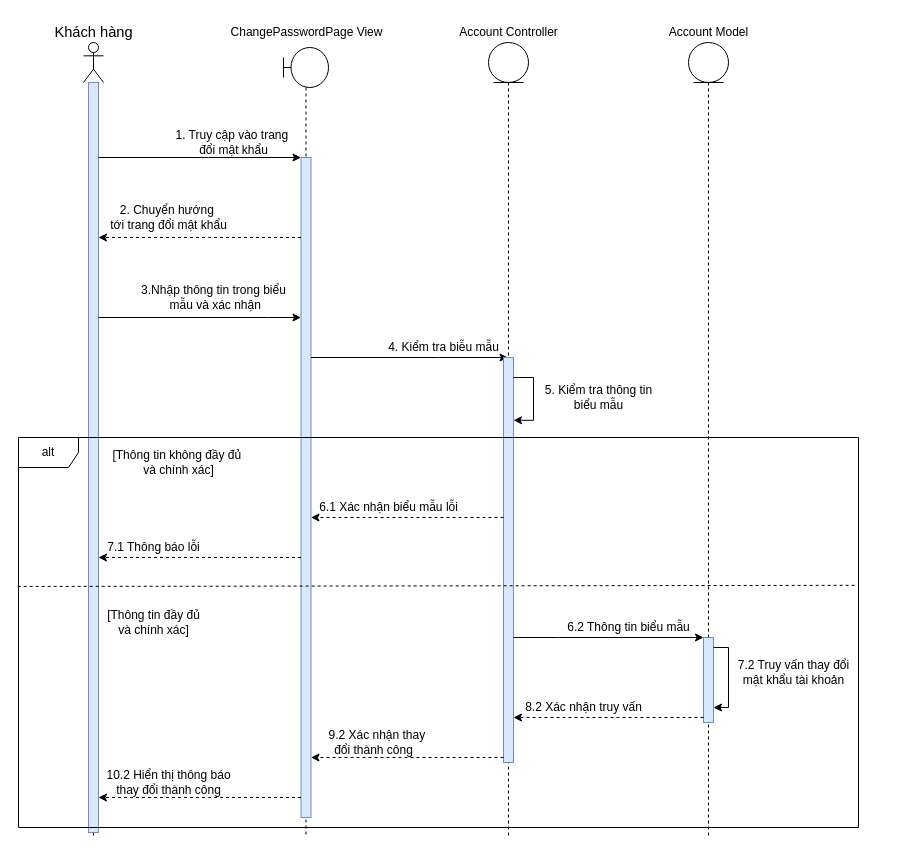
This is Nam3_HK1/CNPM_SoftTech/Sequence Diagrams/Linh Quân/SD_ĐổiMậtKhẩu.drawio from EdgarIgnite16/SGU-Course, a draw.io file, before an edit. Source tidied: cells renumbered, new cells numbered last; positions are measured from the earlier drawing's top-left corner, leaving out a move shared by most shapes. Both pictures are drawn from the tidied source at 100%, with x=0, y=0 at pixel (18, 17).
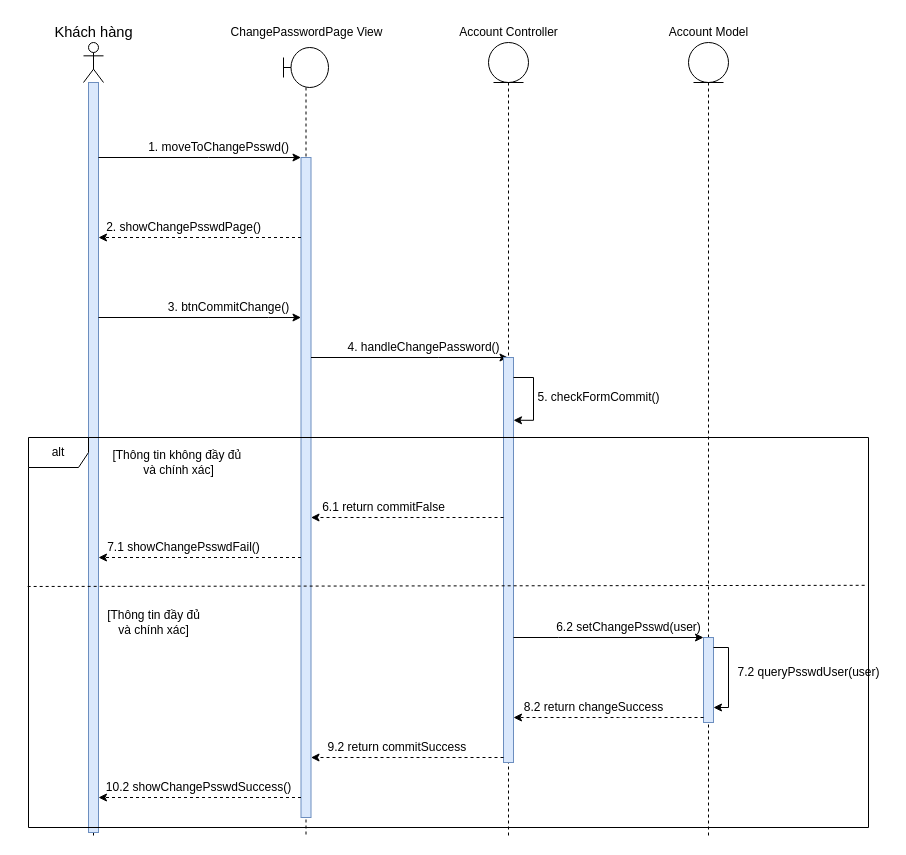
Above is the later version.

What changed in the source:
```diff
@@
-    <mxCell id="15" value="1. Truy cập vào trang&amp;nbsp;&lt;br&gt;đổi mật khẩu" style="text;html=1;align=center;verticalAlign=middle;strokeColor=none;fillColor=none;" parent="1" vertex="1">
-      <mxGeometry x="150" y="110" width="130" height="30" as="geometry" />
+    <mxCell id="15" value="1. moveToChangePsswd()" style="text;html=1;align=center;verticalAlign=middle;strokeColor=none;fillColor=none;" parent="1" vertex="1">
+      <mxGeometry x="120" y="120" width="160" height="20" as="geometry" />
     </mxCell>
@@
-    <mxCell id="17" value="2. Chuyển hướng&amp;nbsp;&lt;br&gt;tới trang đổi mật khẩu" style="text;html=1;align=center;verticalAlign=middle;strokeColor=none;fillColor=none;" parent="1" vertex="1">
-      <mxGeometry x="85" y="185" width="130" height="30" as="geometry" />
+    <mxCell id="17" value="2. showChangePsswdPage()" style="text;html=1;align=center;verticalAlign=middle;strokeColor=none;fillColor=none;" parent="1" vertex="1">
+      <mxGeometry x="80" y="200" width="170" height="20" as="geometry" />
     </mxCell>
-    <mxCell id="18" value="3.Nhập thông tin trong biểu&lt;br&gt;&amp;nbsp;mẫu và xác nhận" style="text;html=1;align=center;verticalAlign=middle;strokeColor=none;fillColor=none;" parent="1" vertex="1">
-      <mxGeometry x="110" y="260" width="170" height="40" as="geometry" />
+    <mxCell id="18" value="3. btnCommitChange()" style="text;html=1;align=center;verticalAlign=middle;strokeColor=none;fillColor=none;" parent="1" vertex="1">
+      <mxGeometry x="140" y="280" width="140" height="20" as="geometry" />
     </mxCell>
-    <mxCell id="19" value="4. Kiểm tra biễu mẫu" style="text;html=1;align=center;verticalAlign=middle;strokeColor=none;fillColor=none;" parent="1" vertex="1">
-      <mxGeometry x="360" y="320" width="130" height="20" as="geometry" />
+    <mxCell id="19" value="4. handleChangePassword()" style="text;html=1;align=center;verticalAlign=middle;strokeColor=none;fillColor=none;" parent="1" vertex="1">
+      <mxGeometry x="320" y="320" width="170" height="20" as="geometry" />
     </mxCell>
@@
-    <mxCell id="24" value="5. Kiểm tra thông tin&lt;br&gt;biểu mẫu" style="text;html=1;align=center;verticalAlign=middle;strokeColor=none;fillColor=none;" parent="1" vertex="1">
-      <mxGeometry x="520" y="365" width="120" height="30" as="geometry" />
+    <mxCell id="24" value="5. checkFormCommit()" style="text;html=1;align=center;verticalAlign=middle;strokeColor=none;fillColor=none;" parent="1" vertex="1">
+      <mxGeometry x="510" y="370" width="140" height="20" as="geometry" />
     </mxCell>
@@
-    <mxCell id="27" value="6.1 Xác nhận biểu mẫu lỗi" style="text;html=1;align=center;verticalAlign=middle;strokeColor=none;fillColor=none;" parent="1" vertex="1">
-      <mxGeometry x="295" y="480" width="150" height="20" as="geometry" />
+    <mxCell id="27" value="6.1 return commitFalse" style="text;html=1;align=center;verticalAlign=middle;strokeColor=none;fillColor=none;" parent="1" vertex="1">
+      <mxGeometry x="295" y="480" width="140" height="20" as="geometry" />
     </mxCell>
@@
-    <mxCell id="29" value="7.1 Thông báo lỗi" style="text;html=1;align=center;verticalAlign=middle;strokeColor=none;fillColor=none;" parent="1" vertex="1">
-      <mxGeometry x="80" y="520" width="110" height="20" as="geometry" />
+    <mxCell id="29" value="7.1 showChangePsswdFail()" style="text;html=1;align=center;verticalAlign=middle;strokeColor=none;fillColor=none;" parent="1" vertex="1">
+      <mxGeometry x="80" y="520" width="170" height="20" as="geometry" />
     </mxCell>
@@
-    <mxCell id="31" value="6.2 Thông tin biểu mẫu" style="text;html=1;align=center;verticalAlign=middle;strokeColor=none;fillColor=none;" parent="1" vertex="1">
-      <mxGeometry x="540" y="600" width="140" height="20" as="geometry" />
+    <mxCell id="31" value="6.2 setChangePsswd(user)" style="text;html=1;align=center;verticalAlign=middle;strokeColor=none;fillColor=none;" parent="1" vertex="1">
+      <mxGeometry x="530" y="600" width="160" height="20" as="geometry" />
     </mxCell>
-    <mxCell id="32" value="7.2 Truy vấn thay đổi&lt;br&gt;mật khẩu tài khoản" style="text;html=1;align=center;verticalAlign=middle;strokeColor=none;fillColor=none;" parent="1" vertex="1">
-      <mxGeometry x="710" y="640" width="130" height="30" as="geometry" />
+    <mxCell id="32" value="7.2 queryPsswdUser(user)" style="text;html=1;align=center;verticalAlign=middle;strokeColor=none;fillColor=none;" parent="1" vertex="1">
+      <mxGeometry x="710" y="645" width="160" height="20" as="geometry" />
     </mxCell>
@@
-    <mxCell id="34" value="8.2 Xác nhận truy vấn" style="text;html=1;align=center;verticalAlign=middle;strokeColor=none;fillColor=none;" parent="1" vertex="1">
-      <mxGeometry x="500" y="680" width="130" height="20" as="geometry" />
+    <mxCell id="34" value="8.2 return changeSuccess" style="text;html=1;align=center;verticalAlign=middle;strokeColor=none;fillColor=none;" parent="1" vertex="1">
+      <mxGeometry x="500" y="680" width="150" height="20" as="geometry" />
     </mxCell>
@@
-    <mxCell id="36" value="&amp;nbsp; 9.2 Xác nhận thay &lt;br&gt;đổi thành công" style="text;html=1;align=center;verticalAlign=middle;strokeColor=none;fillColor=none;" parent="1" vertex="1">
-      <mxGeometry x="295" y="710" width="120" height="30" as="geometry" />
+    <mxCell id="36" value="&amp;nbsp; 9.2 return commitSuccess" style="text;html=1;align=center;verticalAlign=middle;strokeColor=none;fillColor=none;" parent="1" vertex="1">
+      <mxGeometry x="295" y="720" width="160" height="20" as="geometry" />
     </mxCell>
@@
-    <mxCell id="38" value="10.2 Hiển thị thông báo&lt;br&gt;thay đổi thành công" style="text;html=1;align=center;verticalAlign=middle;strokeColor=none;fillColor=none;" parent="1" vertex="1">
-      <mxGeometry x="80" y="750" width="140" height="30" as="geometry" />
+    <mxCell id="38" value="10.2 showChangePsswdSuccess()" style="text;html=1;align=center;verticalAlign=middle;strokeColor=none;fillColor=none;" parent="1" vertex="1">
+      <mxGeometry x="80" y="760" width="200" height="20" as="geometry" />
     </mxCell>
@@
     <mxCell id="40" value="alt" style="shape=umlFrame;whiteSpace=wrap;html=1;" parent="1" vertex="1">
-      <mxGeometry y="420" width="840" height="390" as="geometry" />
+      <mxGeometry x="10" y="420" width="840" height="390" as="geometry" />
     </mxCell>
```
